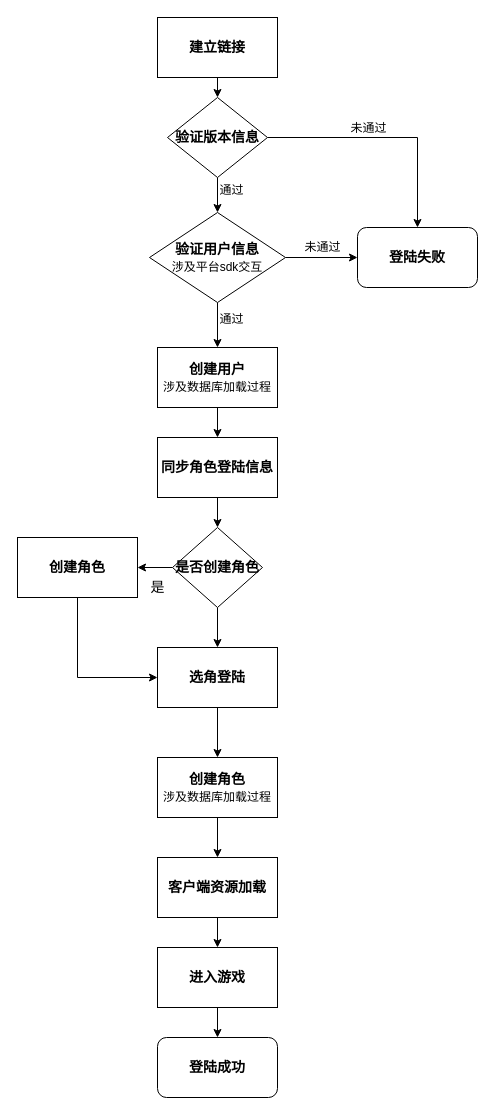
Above: page "登陆逻辑" (10 of 11) of i-server.drawio in hsoul/lqua (draw.io), before the change. Source tidied: cells renumbered, new cells numbered last; positions are measured from the earlier drawing's top-left corner, leaving out a move shared by most shapes. Both pictures are drawn from the tidied source at 100%, with x=0, y=0 at pixel (17, 17).
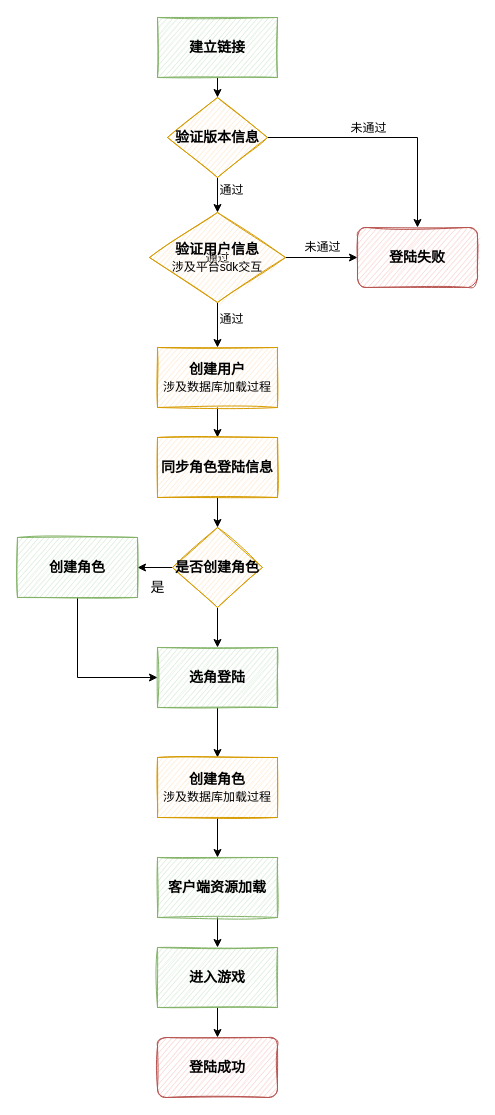
Above is the later version.

Diff of the diagram source:
```diff
@@
-    <mxCell id="3" value="建立链接" style="rounded=0;whiteSpace=wrap;html=1;sketch=0;strokeColor=#000000;fontSize=14;fontStyle=1;" parent="1" vertex="1">
+    <mxCell id="3" value="建立链接" style="rounded=0;whiteSpace=wrap;html=1;sketch=1;strokeColor=#82b366;fontSize=14;fontStyle=1;fillColor=#d5e8d4;" parent="1" vertex="1">
       <mxGeometry x="140" width="120" height="60" as="geometry" />
     </mxCell>
@@
-    <mxCell id="7" value="验证版本信息" style="rhombus;whiteSpace=wrap;html=1;sketch=0;strokeColor=#000000;fontSize=14;fontStyle=1;" parent="1" vertex="1">
+    <mxCell id="7" value="验证版本信息" style="rhombus;whiteSpace=wrap;html=1;sketch=1;strokeColor=#d79b00;fontSize=14;fontStyle=1;fillColor=#ffe6cc;shadow=0;" parent="1" vertex="1">
       <mxGeometry x="150" y="80" width="100" height="80" as="geometry" />
     </mxCell>
@@
-    <mxCell id="10" value="是否创建角色" style="rhombus;whiteSpace=wrap;html=1;sketch=0;strokeColor=#000000;fontSize=14;fontStyle=1;" parent="1" vertex="1">
+    <mxCell id="10" value="是否创建角色" style="rhombus;whiteSpace=wrap;html=1;sketch=1;strokeColor=#d79b00;fontSize=14;fontStyle=1;fillColor=#ffe6cc;" parent="1" vertex="1">
       <mxGeometry x="155" y="510" width="90" height="80" as="geometry" />
     </mxCell>
@@
-    <mxCell id="12" value="创建用户&lt;br style=&quot;font-size: 14px&quot;&gt;&lt;span style=&quot;font-weight: normal&quot;&gt;&lt;font style=&quot;font-size: 12px&quot;&gt;涉及数据库加载过程&lt;/font&gt;&lt;/span&gt;" style="rounded=0;whiteSpace=wrap;html=1;sketch=0;strokeColor=#000000;fontSize=14;fontStyle=1;" parent="1" vertex="1">
+    <mxCell id="12" value="创建用户&lt;br style=&quot;font-size: 14px&quot;&gt;&lt;span style=&quot;font-weight: normal&quot;&gt;&lt;font style=&quot;font-size: 12px&quot;&gt;涉及数据库加载过程&lt;/font&gt;&lt;/span&gt;" style="rounded=0;whiteSpace=wrap;html=1;sketch=1;strokeColor=#d79b00;fontSize=14;fontStyle=1;fillColor=#ffe6cc;" parent="1" vertex="1">
       <mxGeometry x="140" y="330" width="120" height="60" as="geometry" />
     </mxCell>
@@
-    <mxCell id="14" value="同步角色登陆信息" style="rounded=0;whiteSpace=wrap;html=1;sketch=0;strokeColor=#000000;fontSize=14;fontStyle=1;" parent="1" vertex="1">
+    <mxCell id="14" value="同步角色登陆信息" style="rounded=0;whiteSpace=wrap;html=1;sketch=1;strokeColor=#d79b00;fontSize=14;fontStyle=1;fillColor=#ffe6cc;" parent="1" vertex="1">
       <mxGeometry x="140" y="420" width="120" height="60" as="geometry" />
     </mxCell>
@@
-    <mxCell id="16" value="选角登陆" style="rounded=0;whiteSpace=wrap;html=1;sketch=0;strokeColor=#000000;fontSize=14;fontStyle=1;" parent="1" vertex="1">
+    <mxCell id="16" value="选角登陆" style="rounded=0;whiteSpace=wrap;html=1;sketch=1;strokeColor=#82b366;fontSize=14;fontStyle=1;fillColor=#d5e8d4;" parent="1" vertex="1">
       <mxGeometry x="140" y="630" width="120" height="60" as="geometry" />
     </mxCell>
@@
-    <mxCell id="18" value="创建角色" style="rounded=0;whiteSpace=wrap;html=1;sketch=0;strokeColor=#000000;fontSize=14;fontStyle=1;" parent="1" vertex="1">
+    <mxCell id="18" value="创建角色" style="rounded=0;whiteSpace=wrap;html=1;sketch=1;strokeColor=#82b366;fontSize=14;fontStyle=1;fillColor=#d5e8d4;" parent="1" vertex="1">
       <mxGeometry y="520" width="120" height="60" as="geometry" />
     </mxCell>
@@
-    <mxCell id="20" value="创建角色&lt;br&gt;&lt;span style=&quot;font-size: 12px ; font-weight: 400&quot;&gt;涉及数据库加载过程&lt;/span&gt;" style="rounded=0;whiteSpace=wrap;html=1;sketch=0;strokeColor=#000000;fontSize=14;fontStyle=1;" parent="1" vertex="1">
+    <mxCell id="20" value="创建角色&lt;br&gt;&lt;span style=&quot;font-size: 12px ; font-weight: 400&quot;&gt;涉及数据库加载过程&lt;/span&gt;" style="rounded=0;whiteSpace=wrap;html=1;sketch=1;strokeColor=#d79b00;fontSize=14;fontStyle=1;fillColor=#ffe6cc;" parent="1" vertex="1">
       <mxGeometry x="140" y="740" width="120" height="60" as="geometry" />
     </mxCell>
@@
-    <mxCell id="22" value="客户端资源加载" style="rounded=0;whiteSpace=wrap;html=1;sketch=0;strokeColor=#000000;fontSize=14;fontStyle=1;" parent="1" vertex="1">
+    <mxCell id="22" value="客户端资源加载" style="rounded=0;whiteSpace=wrap;html=1;sketch=1;strokeColor=#82b366;fontSize=14;fontStyle=1;fillColor=#d5e8d4;" parent="1" vertex="1">
       <mxGeometry x="140" y="840" width="120" height="60" as="geometry" />
     </mxCell>
@@
-    <mxCell id="24" value="进入游戏" style="rounded=0;whiteSpace=wrap;html=1;sketch=0;strokeColor=#000000;fontSize=14;fontStyle=1;" parent="1" vertex="1">
+    <mxCell id="24" value="进入游戏" style="rounded=0;whiteSpace=wrap;html=1;sketch=1;strokeColor=#82b366;fontSize=14;fontStyle=1;fillColor=#d5e8d4;" parent="1" vertex="1">
       <mxGeometry x="140" y="930" width="120" height="60" as="geometry" />
     </mxCell>
-    <mxCell id="25" value="登陆成功" style="rounded=1;whiteSpace=wrap;html=1;sketch=0;strokeColor=#000000;fontSize=14;fontStyle=1;" parent="1" vertex="1">
+    <mxCell id="25" value="登陆成功" style="rounded=1;whiteSpace=wrap;html=1;sketch=1;strokeColor=#b85450;fontSize=14;fontStyle=1;fillColor=#f8cecc;" parent="1" vertex="1">
       <mxGeometry x="140" y="1020" width="120" height="60" as="geometry" />
     </mxCell>
@@
-    <mxCell id="30" value="验证用户信息&lt;br&gt;&lt;font style=&quot;font-size: 12px ; font-weight: normal&quot;&gt;涉及平台sdk交互&lt;/font&gt;" style="rhombus;whiteSpace=wrap;html=1;sketch=0;strokeColor=#000000;fontSize=14;fontStyle=1;" parent="1" vertex="1">
+    <mxCell id="30" value="验证用户信息&lt;br&gt;&lt;font style=&quot;font-size: 12px ; font-weight: normal&quot;&gt;涉及平台sdk交互&lt;/font&gt;" style="rhombus;whiteSpace=wrap;html=1;sketch=1;strokeColor=#d79b00;fontSize=14;fontStyle=1;fillColor=#ffe6cc;" parent="1" vertex="1">
       <mxGeometry x="132" y="195" width="136" height="90" as="geometry" />
     </mxCell>
-    <mxCell id="31" value="登陆失败" style="rounded=1;whiteSpace=wrap;html=1;sketch=0;strokeColor=#000000;fontSize=14;fontStyle=1;" parent="1" vertex="1">
+    <mxCell id="31" value="登陆失败" style="rounded=1;whiteSpace=wrap;html=1;sketch=1;strokeColor=#b85450;fontSize=14;fontStyle=1;fillColor=#f8cecc;" parent="1" vertex="1">
       <mxGeometry x="340" y="210" width="120" height="60" as="geometry" />
     </mxCell>
```
